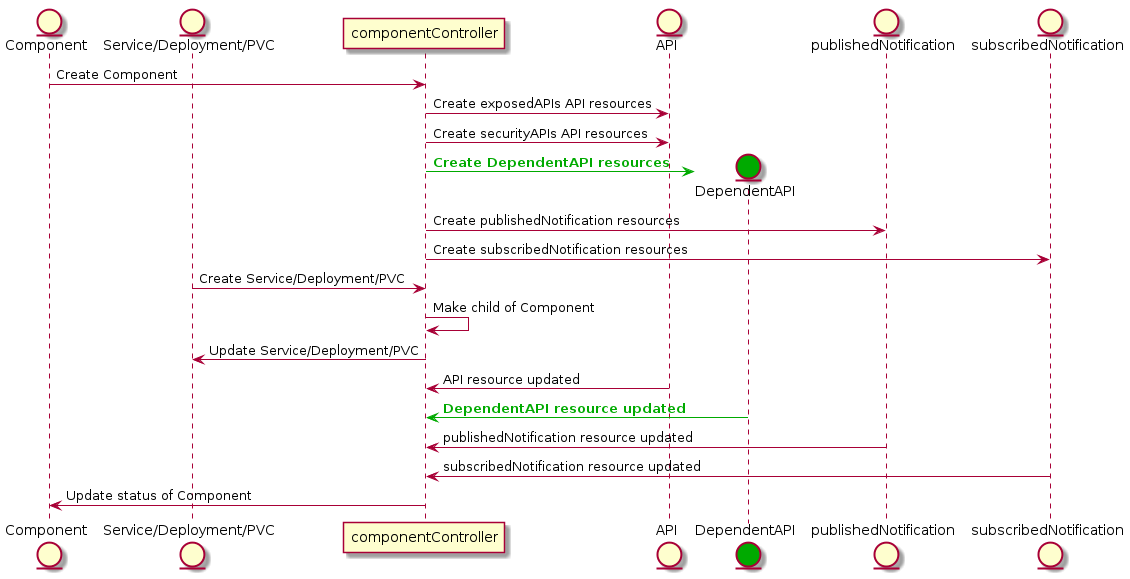
The PlantUML diagram doc/canvas/source/operators/componentOperator/sequenceDiagrams/componentOperator.png in tmforum-oda/oda-ca-docs, before a commit.
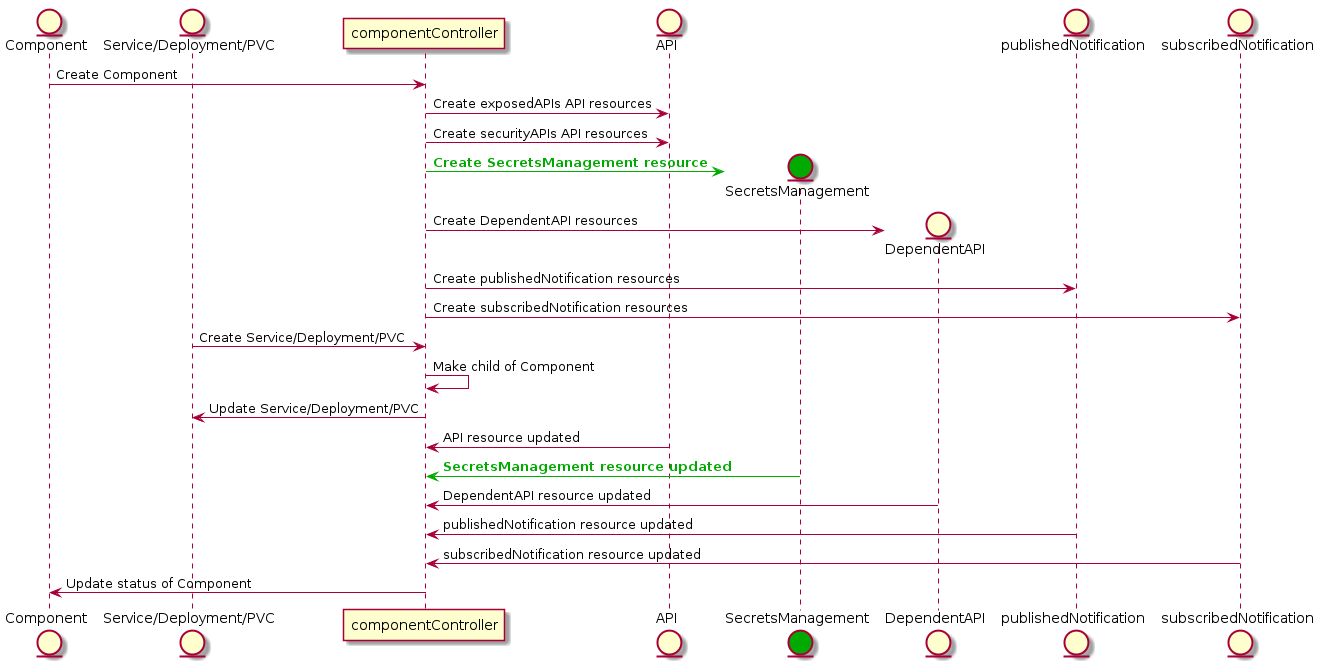
After the commit.

Diff of the diagram source:
```diff
@@ -5,14 +5,16 @@
 entity "Service/Deployment/PVC"
 participant componentController
 entity API
-entity DependentAPI #00AA00
+entity SecretsManagement #00AA00
+entity DependentAPI
 entity publishedNotification
 entity subscribedNotification
 
 Component-> componentController: Create Component
 componentController -> API: Create exposedAPIs API resources
 componentController -> API: Create securityAPIs API resources
-componentController -[#00AA00]> DependentAPI **: <b><color:#00AA00>Create DependentAPI resources</color></b>
+componentController -[#00AA00]> SecretsManagement **: <b><color:#00AA00>Create SecretsManagement resource</color></b>
+componentController -> DependentAPI **: Create DependentAPI resources
 componentController -> publishedNotification: Create publishedNotification resources
 componentController -> subscribedNotification: Create subscribedNotification resources
 
@@ -22,7 +24,8 @@
 componentController-> "Service/Deployment/PVC": Update Service/Deployment/PVC
 
 API-> componentController: API resource updated
-DependentAPI-[#00AA00]> componentController : <b><color:#00AA00>DependentAPI resource updated</color></b>
+SecretsManagement-[#00AA00]> componentController : <b><color:#00AA00>SecretsManagement resource updated</color></b>
+DependentAPI-> componentController : DependentAPI resource updated
 publishedNotification-> componentController: publishedNotification resource updated
 subscribedNotification-> componentController: subscribedNotification resource updated
 componentController -> Component: Update status of Component
```
